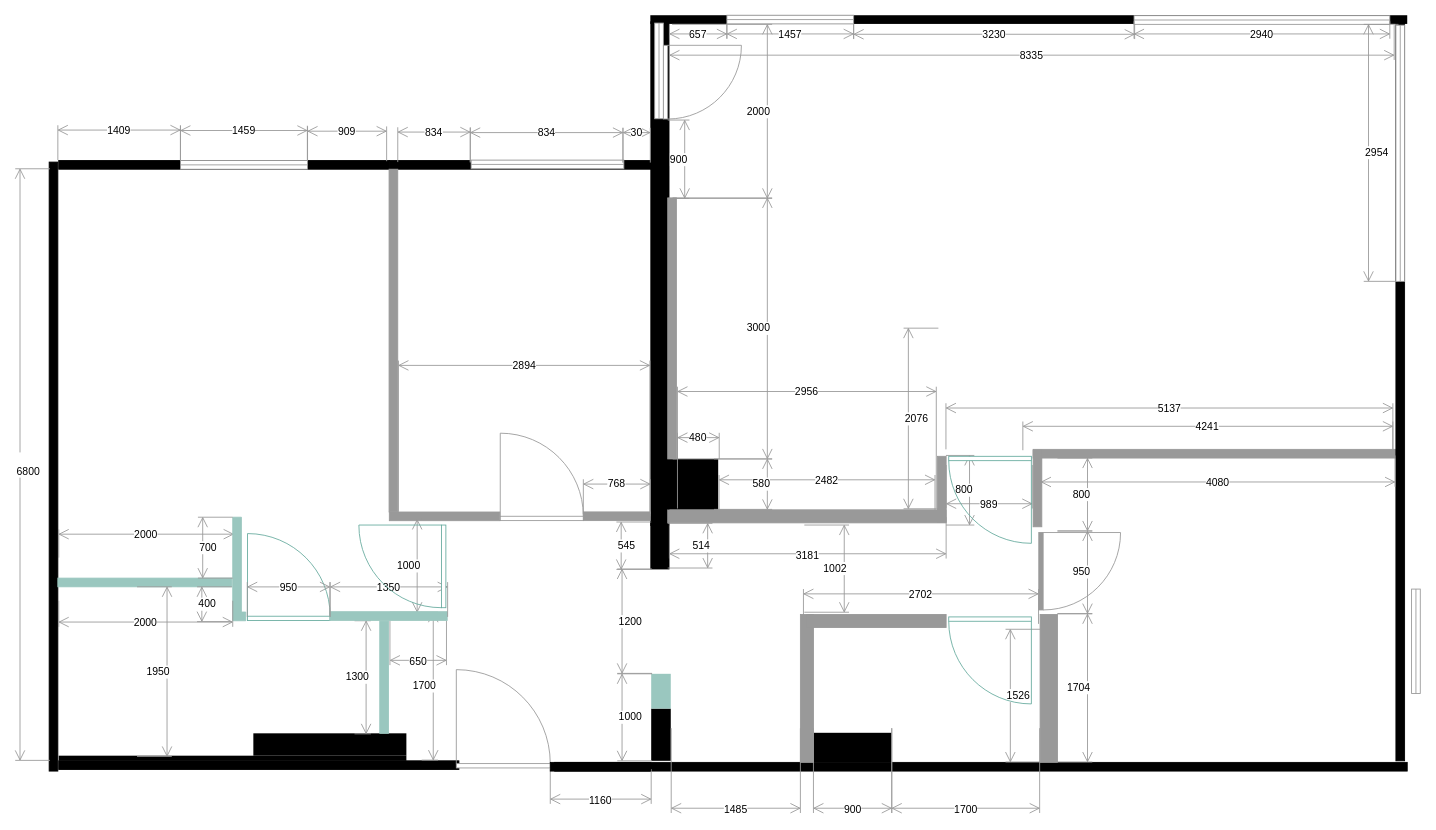
This is docs/src/static/drawings/floor-plan.construction.drawio from surquest/flat-renovation, a draw.io file, before an edit. Source tidied: cells renumbered, new cells numbered last; positions are measured from the earlier drawing's top-left corner, leaving out a move shared by most shapes. Both pictures are drawn from the tidied source at 87%, with x=0, y=0 at pixel (15, 15).
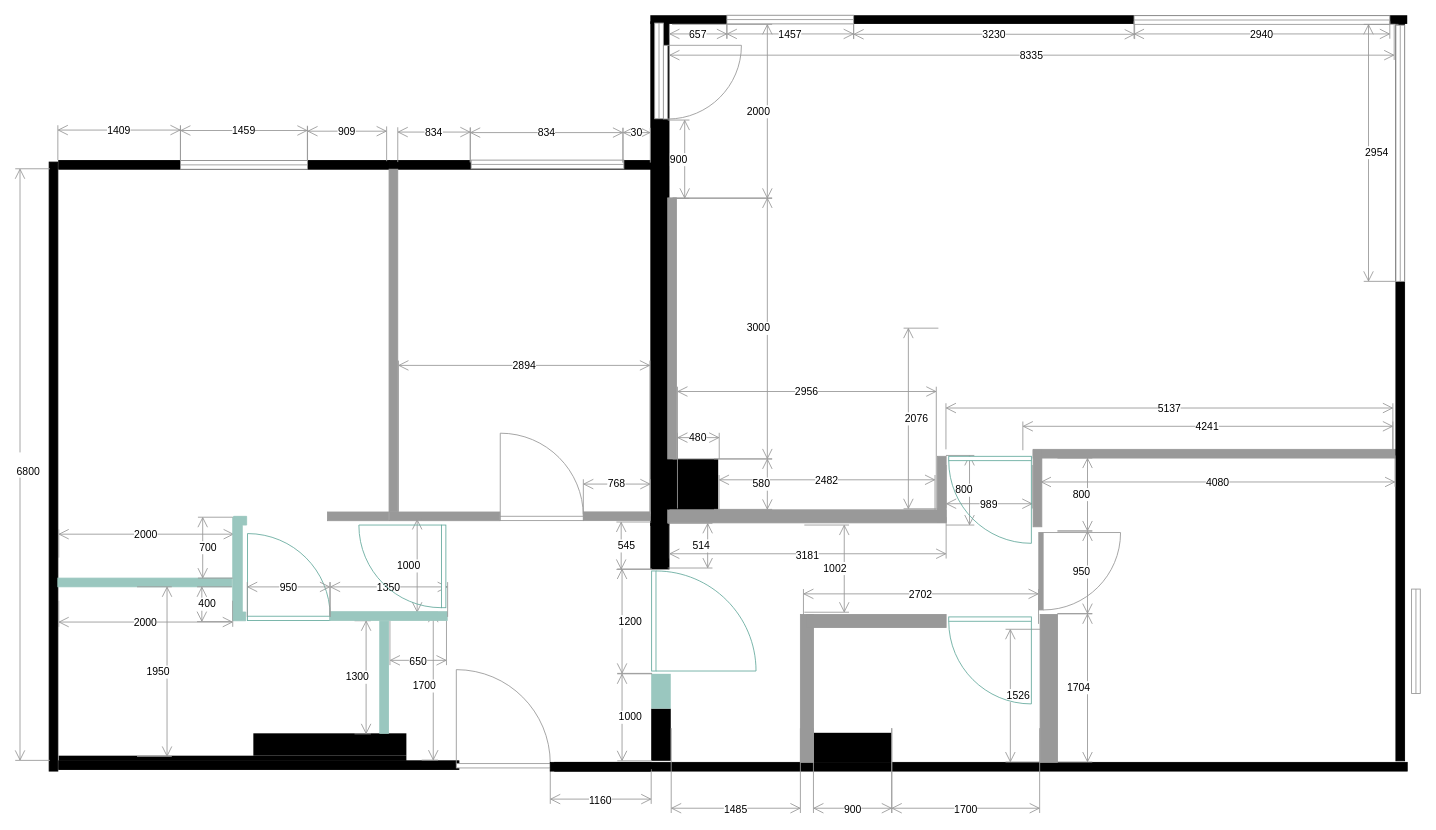
Above is the later version.

What changed in the source:
```diff
@@
+    <mxCell id="102" style="verticalLabelPosition=bottom;html=1;verticalAlign=top;align=center;shape=mxgraph.floorplan.doorRight;strokeColor=#67AB9F;fillColor=default;flipH=0;flipV=1;direction=north;" parent="1" vertex="1">
+      <mxGeometry x="731.5" y="638.8" width="115" height="115" as="geometry" />
+    </mxCell>
+    <mxCell id="103" style="verticalLabelPosition=bottom;html=1;verticalAlign=top;align=center;shape=mxgraph.floorplan.wall;fillColor=strokeColor;strokeColor=#999999;" parent="1" vertex="1">
+      <mxGeometry x="359" y="571" width="70" height="10" as="geometry" />
+    </mxCell>
+    <mxCell id="104" style="verticalLabelPosition=bottom;html=1;verticalAlign=top;align=center;shape=mxgraph.floorplan.wallCorner;fillColor=strokeColor;direction=south;strokeColor=#9AC7BF;flipV=0;flipH=1;" parent="1" vertex="1">
+      <mxGeometry x="251" y="576" width="15" height="119" as="geometry" />
+    </mxCell>
```
